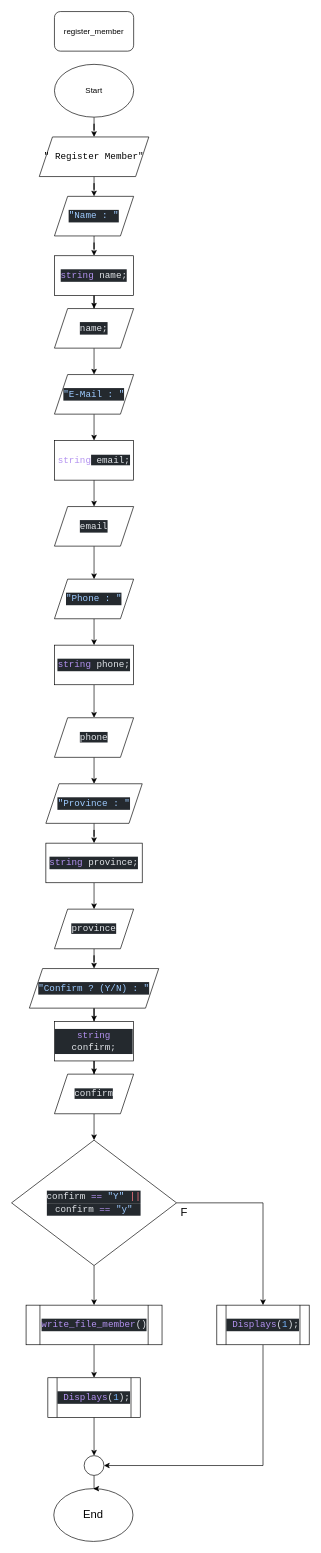
Above: page "register_member" (12 of 13) of AAAA-main().drawio in nattawutroj/KMUTNB_FITM_CPP_MNI_PROJECT (draw.io), before the change. Source tidied: cells renumbered, new cells numbered last; positions are measured from the earlier drawing's top-left corner, leaving out a move shared by most shapes. Both pictures are drawn from the tidied source at 66%, with x=0, y=0 at pixel (11, 11).
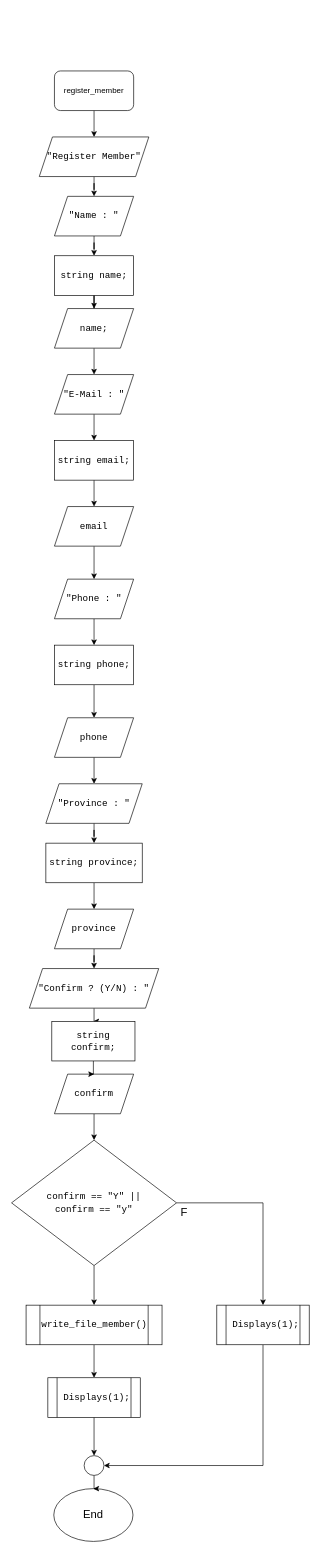
The same diagram, later.

Change to the diagram source:
```diff
@@
-    <mxCell id="2" style="edgeStyle=orthogonalEdgeStyle;rounded=0;jettySize=auto;html=1;fontColor=#000000;" parent="1" edge="1" source="3" target="6">
-      <mxGeometry relative="1" as="geometry" />
-    </mxCell>
-    <mxCell id="3" value="Start" style="ellipse;whiteSpace=wrap;html=1;" parent="1" vertex="1">
-      <mxGeometry x="65" y="80" width="120" height="80" as="geometry" />
-    </mxCell>
+    <mxCell id="50" style="edgeStyle=orthogonalEdgeStyle;rounded=0;jettySize=auto;html=1;fontSize=17;fontColor=#000000;" parent="1" edge="1" source="4" target="6">
+      <mxGeometry relative="1" as="geometry" />
+    </mxCell>
     <mxCell id="4" value="register_member" style="rounded=1;whiteSpace=wrap;html=1;" parent="1" vertex="1">
-      <mxGeometry x="65" width="120" height="60" as="geometry" />
+      <mxGeometry x="65" y="90" width="120" height="60" as="geometry" />
     </mxCell>
@@
-    <mxCell id="6" value="&lt;div style=&quot;line-height: 19px;&quot;&gt;&lt;font style=&quot;&quot; face=&quot;Consolas, Courier New, monospace&quot;&gt;&lt;span style=&quot;font-size: 14px;&quot;&gt;&quot; Register Member&quot;&lt;/span&gt;&lt;/font&gt;&lt;br&gt;&lt;/div&gt;" style="shape=parallelogram;perimeter=parallelogramPerimeter;whiteSpace=wrap;html=1;fixedSize=1;" parent="1" vertex="1">
+    <mxCell id="6" value="&lt;div style=&quot;line-height: 19px;&quot;&gt;&lt;font style=&quot;&quot; face=&quot;Consolas, Courier New, monospace&quot;&gt;&lt;span style=&quot;font-size: 14px;&quot;&gt;&quot;Register Member&quot;&lt;/span&gt;&lt;/font&gt;&lt;br&gt;&lt;/div&gt;" style="shape=parallelogram;perimeter=parallelogramPerimeter;whiteSpace=wrap;html=1;fixedSize=1;" parent="1" vertex="1">
       <mxGeometry x="42" y="190" width="166" height="60" as="geometry" />
     </mxCell>
@@
-    <mxCell id="8" value="&lt;div style=&quot;color: rgb(225, 228, 232); background-color: rgb(36, 41, 46); font-family: Consolas, &amp;quot;Courier New&amp;quot;, monospace; font-size: 14px; line-height: 19px;&quot;&gt;&lt;span style=&quot;color: #9ecbff;&quot;&gt;&quot;Name : &quot;&lt;/span&gt;&lt;/div&gt;" style="shape=parallelogram;perimeter=parallelogramPerimeter;whiteSpace=wrap;html=1;fixedSize=1;labelBackgroundColor=none;fontColor=#000000;" parent="1" vertex="1">
+    <mxCell id="8" value="&lt;div style=&quot;font-family: Consolas, &amp;quot;Courier New&amp;quot;, monospace; font-size: 14px; line-height: 19px;&quot;&gt;&quot;Name : &quot;&lt;/div&gt;" style="shape=parallelogram;perimeter=parallelogramPerimeter;whiteSpace=wrap;html=1;fixedSize=1;labelBackgroundColor=none;fontColor=#000000;" parent="1" vertex="1">
       <mxGeometry x="65" y="280" width="120" height="60" as="geometry" />
     </mxCell>
@@
-    <mxCell id="10" value="&lt;div style=&quot;color: rgb(225, 228, 232); background-color: rgb(36, 41, 46); font-family: Consolas, &amp;quot;Courier New&amp;quot;, monospace; font-size: 14px; line-height: 19px;&quot;&gt;&lt;span style=&quot;color: #b392f0;&quot;&gt;string&lt;/span&gt; name;&lt;/div&gt;" style="rounded=0;whiteSpace=wrap;html=1;labelBackgroundColor=none;fontColor=#000000;" parent="1" vertex="1">
+    <mxCell id="10" value="&lt;div style=&quot;font-family: Consolas, &amp;quot;Courier New&amp;quot;, monospace; font-size: 14px; line-height: 19px;&quot;&gt;string name;&lt;/div&gt;" style="rounded=0;whiteSpace=wrap;html=1;labelBackgroundColor=none;fontColor=#000000;" parent="1" vertex="1">
       <mxGeometry x="65" y="370" width="120" height="60" as="geometry" />
     </mxCell>
@@
-    <mxCell id="12" value="&lt;div style=&quot;color: rgb(225, 228, 232); background-color: rgb(36, 41, 46); font-family: Consolas, &amp;quot;Courier New&amp;quot;, monospace; font-size: 14px; line-height: 19px;&quot;&gt;name;&lt;/div&gt;" style="shape=parallelogram;perimeter=parallelogramPerimeter;whiteSpace=wrap;html=1;fixedSize=1;labelBackgroundColor=none;fontColor=#000000;" parent="1" vertex="1">
+    <mxCell id="12" value="&lt;div style=&quot;font-family: Consolas, &amp;quot;Courier New&amp;quot;, monospace; font-size: 14px; line-height: 19px;&quot;&gt;name;&lt;/div&gt;" style="shape=parallelogram;perimeter=parallelogramPerimeter;whiteSpace=wrap;html=1;fixedSize=1;labelBackgroundColor=none;fontColor=#000000;" parent="1" vertex="1">
       <mxGeometry x="65" y="450" width="120" height="60" as="geometry" />
     </mxCell>
@@
-    <mxCell id="14" value="&lt;div style=&quot;color: rgb(225, 228, 232); background-color: rgb(36, 41, 46); font-family: Consolas, &amp;quot;Courier New&amp;quot;, monospace; font-size: 14px; line-height: 19px;&quot;&gt;&lt;span style=&quot;color: #9ecbff;&quot;&gt;&quot;E-Mail : &quot;&lt;/span&gt;&lt;/div&gt;" style="shape=parallelogram;perimeter=parallelogramPerimeter;whiteSpace=wrap;html=1;fixedSize=1;labelBackgroundColor=none;fontColor=#000000;" parent="1" vertex="1">
+    <mxCell id="14" value="&lt;div style=&quot;font-family: Consolas, &amp;quot;Courier New&amp;quot;, monospace; font-size: 14px; line-height: 19px;&quot;&gt;&quot;E-Mail : &quot;&lt;/div&gt;" style="shape=parallelogram;perimeter=parallelogramPerimeter;whiteSpace=wrap;html=1;fixedSize=1;labelBackgroundColor=none;fontColor=#000000;" parent="1" vertex="1">
       <mxGeometry x="65" y="550" width="120" height="60" as="geometry" />
     </mxCell>
@@
-    <mxCell id="16" value="&lt;div style=&quot;color: rgb(225, 228, 232); background-color: rgb(36, 41, 46); font-family: Consolas, &amp;quot;Courier New&amp;quot;, monospace; font-size: 14px; line-height: 19px;&quot;&gt;&lt;div style=&quot;line-height: 19px;&quot;&gt;&lt;span style=&quot;color: #9ecbff;&quot;&gt;&quot;Phone : &quot;&lt;/span&gt;&lt;/div&gt;&lt;/div&gt;" style="shape=parallelogram;perimeter=parallelogramPerimeter;whiteSpace=wrap;html=1;fixedSize=1;labelBackgroundColor=none;fontColor=#000000;" parent="1" vertex="1">
+    <mxCell id="16" value="&lt;div style=&quot;font-family: Consolas, &amp;quot;Courier New&amp;quot;, monospace; font-size: 14px; line-height: 19px;&quot;&gt;&lt;div style=&quot;line-height: 19px;&quot;&gt;&quot;Phone : &quot;&lt;/div&gt;&lt;/div&gt;" style="shape=parallelogram;perimeter=parallelogramPerimeter;whiteSpace=wrap;html=1;fixedSize=1;labelBackgroundColor=none;fontColor=#000000;" parent="1" vertex="1">
       <mxGeometry x="65" y="860" width="120" height="60" as="geometry" />
     </mxCell>
@@
-    <mxCell id="18" value="&lt;div style=&quot;color: rgb(225, 228, 232); background-color: rgb(36, 41, 46); font-family: Consolas, &amp;quot;Courier New&amp;quot;, monospace; font-size: 14px; line-height: 19px;&quot;&gt;email&lt;/div&gt;" style="shape=parallelogram;perimeter=parallelogramPerimeter;whiteSpace=wrap;html=1;fixedSize=1;labelBackgroundColor=none;fontColor=#000000;" parent="1" vertex="1">
+    <mxCell id="18" value="&lt;div style=&quot;font-family: Consolas, &amp;quot;Courier New&amp;quot;, monospace; font-size: 14px; line-height: 19px;&quot;&gt;email&lt;/div&gt;" style="shape=parallelogram;perimeter=parallelogramPerimeter;whiteSpace=wrap;html=1;fixedSize=1;labelBackgroundColor=none;fontColor=#000000;" parent="1" vertex="1">
       <mxGeometry x="65" y="750" width="120" height="60" as="geometry" />
     </mxCell>
@@
-    <mxCell id="20" value="&lt;span style=&quot;font-family: Consolas, &amp;quot;Courier New&amp;quot;, monospace; font-size: 14px; color: rgb(179, 146, 240);&quot;&gt;string&lt;/span&gt;&lt;span style=&quot;color: rgb(225, 228, 232); font-family: Consolas, &amp;quot;Courier New&amp;quot;, monospace; font-size: 14px; background-color: rgb(36, 41, 46);&quot;&gt;&amp;nbsp;email;&lt;/span&gt;" style="rounded=0;whiteSpace=wrap;html=1;labelBackgroundColor=none;fontColor=#000000;" parent="1" vertex="1">
+    <mxCell id="20" value="&lt;span style=&quot;font-family: Consolas, &amp;quot;Courier New&amp;quot;, monospace; font-size: 14px;&quot;&gt;string&lt;/span&gt;&lt;span style=&quot;font-family: Consolas, &amp;quot;Courier New&amp;quot;, monospace; font-size: 14px;&quot;&gt;&amp;nbsp;email;&lt;/span&gt;" style="rounded=0;whiteSpace=wrap;html=1;labelBackgroundColor=none;fontColor=#000000;" parent="1" vertex="1">
       <mxGeometry x="65" y="650" width="120" height="60" as="geometry" />
     </mxCell>
@@
-    <mxCell id="22" value="&lt;div style=&quot;color: rgb(225, 228, 232); background-color: rgb(36, 41, 46); font-family: Consolas, &amp;quot;Courier New&amp;quot;, monospace; font-size: 14px; line-height: 19px;&quot;&gt;&lt;span style=&quot;color: #b392f0;&quot;&gt;string&lt;/span&gt; phone;&lt;/div&gt;" style="rounded=0;whiteSpace=wrap;html=1;labelBackgroundColor=none;fontColor=#000000;" parent="1" vertex="1">
+    <mxCell id="22" value="&lt;div style=&quot;font-family: Consolas, &amp;quot;Courier New&amp;quot;, monospace; font-size: 14px; line-height: 19px;&quot;&gt;string phone;&lt;/div&gt;" style="rounded=0;whiteSpace=wrap;html=1;labelBackgroundColor=none;fontColor=#000000;" parent="1" vertex="1">
       <mxGeometry x="65" y="960" width="120" height="60" as="geometry" />
     </mxCell>
@@
-    <mxCell id="24" value="&lt;span style=&quot;color: rgb(225, 228, 232); font-family: Consolas, &amp;quot;Courier New&amp;quot;, monospace; font-size: 14px; background-color: rgb(36, 41, 46);&quot;&gt;phone&lt;/span&gt;" style="shape=parallelogram;perimeter=parallelogramPerimeter;whiteSpace=wrap;html=1;fixedSize=1;labelBackgroundColor=none;fontColor=#000000;" parent="1" vertex="1">
+    <mxCell id="24" value="&lt;span style=&quot;font-family: Consolas, &amp;quot;Courier New&amp;quot;, monospace; font-size: 14px;&quot;&gt;phone&lt;/span&gt;" style="shape=parallelogram;perimeter=parallelogramPerimeter;whiteSpace=wrap;html=1;fixedSize=1;labelBackgroundColor=none;fontColor=#000000;" parent="1" vertex="1">
       <mxGeometry x="65" y="1070" width="120" height="60" as="geometry" />
     </mxCell>
@@
-    <mxCell id="26" value="&lt;div style=&quot;color: rgb(225, 228, 232); background-color: rgb(36, 41, 46); font-family: Consolas, &amp;quot;Courier New&amp;quot;, monospace; font-size: 14px; line-height: 19px;&quot;&gt;&lt;span style=&quot;color: #9ecbff;&quot;&gt;&quot;Province : &quot;&lt;/span&gt;&lt;/div&gt;" style="shape=parallelogram;perimeter=parallelogramPerimeter;whiteSpace=wrap;html=1;fixedSize=1;labelBackgroundColor=none;fontColor=#000000;" parent="1" vertex="1">
+    <mxCell id="26" value="&lt;div style=&quot;font-family: Consolas, &amp;quot;Courier New&amp;quot;, monospace; font-size: 14px; line-height: 19px;&quot;&gt;&quot;Province : &quot;&lt;/div&gt;" style="shape=parallelogram;perimeter=parallelogramPerimeter;whiteSpace=wrap;html=1;fixedSize=1;labelBackgroundColor=none;fontColor=#000000;" parent="1" vertex="1">
       <mxGeometry x="52" y="1170" width="146" height="60" as="geometry" />
     </mxCell>
@@
-    <mxCell id="28" value="&lt;div style=&quot;color: rgb(225, 228, 232); background-color: rgb(36, 41, 46); font-family: Consolas, &amp;quot;Courier New&amp;quot;, monospace; font-size: 14px; line-height: 19px;&quot;&gt;&lt;span style=&quot;color: #b392f0;&quot;&gt;string&lt;/span&gt; province;&lt;/div&gt;" style="rounded=0;whiteSpace=wrap;html=1;labelBackgroundColor=none;fontColor=#000000;" parent="1" vertex="1">
+    <mxCell id="28" value="&lt;div style=&quot;font-family: Consolas, &amp;quot;Courier New&amp;quot;, monospace; font-size: 14px; line-height: 19px;&quot;&gt;string province;&lt;/div&gt;" style="rounded=0;whiteSpace=wrap;html=1;labelBackgroundColor=none;fontColor=#000000;" parent="1" vertex="1">
       <mxGeometry x="52" y="1260" width="146" height="60" as="geometry" />
     </mxCell>
@@
-    <mxCell id="30" value="&lt;span style=&quot;color: rgb(225, 228, 232); font-family: Consolas, &amp;quot;Courier New&amp;quot;, monospace; font-size: 14px; background-color: rgb(36, 41, 46);&quot;&gt;province&lt;/span&gt;" style="shape=parallelogram;perimeter=parallelogramPerimeter;whiteSpace=wrap;html=1;fixedSize=1;labelBackgroundColor=none;fontColor=#000000;" parent="1" vertex="1">
+    <mxCell id="30" value="&lt;span style=&quot;font-family: Consolas, &amp;quot;Courier New&amp;quot;, monospace; font-size: 14px; background-color: rgb(255, 255, 255);&quot;&gt;province&lt;/span&gt;" style="shape=parallelogram;perimeter=parallelogramPerimeter;whiteSpace=wrap;html=1;fixedSize=1;labelBackgroundColor=none;fontColor=#000000;" parent="1" vertex="1">
       <mxGeometry x="65" y="1360" width="120" height="60" as="geometry" />
     </mxCell>
@@
-    <mxCell id="32" value="&lt;div style=&quot;color: rgb(225, 228, 232); background-color: rgb(36, 41, 46); font-family: Consolas, &amp;quot;Courier New&amp;quot;, monospace; font-size: 14px; line-height: 19px;&quot;&gt;&lt;span style=&quot;color: #9ecbff;&quot;&gt;&quot;Confirm ? (Y/N) : &quot;&lt;/span&gt;&lt;/div&gt;" style="shape=parallelogram;perimeter=parallelogramPerimeter;whiteSpace=wrap;html=1;fixedSize=1;labelBackgroundColor=none;fontColor=#000000;" parent="1" vertex="1">
+    <mxCell id="32" value="&lt;div style=&quot;font-family: Consolas, &amp;quot;Courier New&amp;quot;, monospace; font-size: 14px; line-height: 19px;&quot;&gt;&quot;Confirm ? (Y/N) : &quot;&lt;/div&gt;" style="shape=parallelogram;perimeter=parallelogramPerimeter;whiteSpace=wrap;html=1;fixedSize=1;labelBackgroundColor=none;fontColor=#000000;" parent="1" vertex="1">
       <mxGeometry x="27" y="1450" width="196" height="60" as="geometry" />
     </mxCell>
@@
-    <mxCell id="34" value="&lt;span style=&quot;color: rgb(225, 228, 232); font-family: Consolas, &amp;quot;Courier New&amp;quot;, monospace; font-size: 14px; background-color: rgb(36, 41, 46);&quot;&gt;confirm&lt;/span&gt;" style="shape=parallelogram;perimeter=parallelogramPerimeter;whiteSpace=wrap;html=1;fixedSize=1;labelBackgroundColor=none;fontColor=#000000;" parent="1" vertex="1">
+    <mxCell id="34" value="&lt;span style=&quot;font-family: Consolas, &amp;quot;Courier New&amp;quot;, monospace; font-size: 14px;&quot;&gt;confirm&lt;/span&gt;" style="shape=parallelogram;perimeter=parallelogramPerimeter;whiteSpace=wrap;html=1;fixedSize=1;labelBackgroundColor=none;fontColor=#000000;" parent="1" vertex="1">
       <mxGeometry x="65" y="1610" width="120" height="60" as="geometry" />
     </mxCell>
@@
-    <mxCell id="36" value="&lt;div style=&quot;color: rgb(225, 228, 232); background-color: rgb(36, 41, 46); font-family: Consolas, &amp;quot;Courier New&amp;quot;, monospace; font-size: 14px; line-height: 19px;&quot;&gt;&lt;span style=&quot;color: #b392f0;&quot;&gt;string&lt;/span&gt; confirm;&lt;/div&gt;" style="rounded=0;whiteSpace=wrap;html=1;labelBackgroundColor=none;fontColor=#000000;" parent="1" vertex="1">
-      <mxGeometry x="65" y="1530" width="120" height="60" as="geometry" />
+    <mxCell id="36" value="&lt;div style=&quot;font-family: Consolas, &amp;quot;Courier New&amp;quot;, monospace; font-size: 14px; line-height: 19px;&quot;&gt;string confirm;&lt;/div&gt;" style="rounded=0;whiteSpace=wrap;html=1;labelBackgroundColor=none;fontColor=#000000;" parent="1" vertex="1">
+      <mxGeometry x="61" y="1530" width="126" height="60" as="geometry" />
     </mxCell>
@@
-    <mxCell id="40" value="&lt;div style=&quot;color: rgb(225, 228, 232); background-color: rgb(36, 41, 46); font-family: Consolas, &amp;quot;Courier New&amp;quot;, monospace; font-size: 14px; line-height: 19px;&quot;&gt;confirm &lt;span style=&quot;color: #b392f0;&quot;&gt;==&lt;/span&gt; &lt;span style=&quot;color: #9ecbff;&quot;&gt;&quot;Y&quot;&lt;/span&gt; &lt;span style=&quot;color: #f97583;&quot;&gt;||&lt;/span&gt;&lt;/div&gt;&lt;div style=&quot;color: rgb(225, 228, 232); background-color: rgb(36, 41, 46); font-family: Consolas, &amp;quot;Courier New&amp;quot;, monospace; font-size: 14px; line-height: 19px;&quot;&gt;confirm &lt;span style=&quot;color: #b392f0;&quot;&gt;==&lt;/span&gt; &lt;span style=&quot;color: #9ecbff;&quot;&gt;&quot;y&quot;&lt;/span&gt;&lt;/div&gt;" style="rhombus;whiteSpace=wrap;html=1;labelBackgroundColor=none;fontColor=#000000;" parent="1" vertex="1">
+    <mxCell id="40" value="&lt;div style=&quot;font-family: Consolas, &amp;quot;Courier New&amp;quot;, monospace; font-size: 14px; line-height: 19px;&quot;&gt;confirm == &quot;Y&quot; ||&lt;/div&gt;&lt;div style=&quot;font-family: Consolas, &amp;quot;Courier New&amp;quot;, monospace; font-size: 14px; line-height: 19px;&quot;&gt;confirm == &quot;y&quot;&lt;/div&gt;" style="rhombus;whiteSpace=wrap;html=1;labelBackgroundColor=none;fontColor=#000000;" parent="1" vertex="1">
       <mxGeometry y="1710" width="250" height="190" as="geometry" />
     </mxCell>
@@
-    <mxCell id="42" value="&lt;div style=&quot;color: rgb(225, 228, 232); background-color: rgb(36, 41, 46); font-family: Consolas, &amp;quot;Courier New&amp;quot;, monospace; font-size: 14px; line-height: 19px;&quot;&gt;&amp;nbsp;&lt;span style=&quot;color: #b392f0;&quot;&gt;Displays&lt;/span&gt;(&lt;span style=&quot;color: #79b8ff;&quot;&gt;1&lt;/span&gt;);&lt;/div&gt;" style="shape=process;whiteSpace=wrap;html=1;backgroundOutline=1;labelBackgroundColor=none;fontColor=#000000;" parent="1" vertex="1">
+    <mxCell id="42" value="&lt;div style=&quot;font-family: Consolas, &amp;quot;Courier New&amp;quot;, monospace; font-size: 14px; line-height: 19px;&quot;&gt;&amp;nbsp;Displays(1);&lt;/div&gt;" style="shape=process;whiteSpace=wrap;html=1;backgroundOutline=1;labelBackgroundColor=none;fontColor=#000000;" parent="1" vertex="1">
       <mxGeometry x="311" y="1960" width="140" height="60" as="geometry" />
     </mxCell>
@@
-    <mxCell id="44" value="&lt;div style=&quot;color: rgb(225, 228, 232); background-color: rgb(36, 41, 46); font-family: Consolas, &amp;quot;Courier New&amp;quot;, monospace; font-size: 14px; line-height: 19px;&quot;&gt;&lt;span style=&quot;color: #b392f0;&quot;&gt;write_file_member&lt;/span&gt;()&lt;/div&gt;" style="shape=process;whiteSpace=wrap;html=1;backgroundOutline=1;labelBackgroundColor=none;fontSize=17;fontColor=#000000;" parent="1" vertex="1">
+    <mxCell id="44" value="&lt;div style=&quot;font-family: Consolas, &amp;quot;Courier New&amp;quot;, monospace; font-size: 14px; line-height: 19px;&quot;&gt;write_file_member()&lt;/div&gt;" style="shape=process;whiteSpace=wrap;html=1;backgroundOutline=1;labelBackgroundColor=none;fontSize=17;fontColor=#000000;" parent="1" vertex="1">
       <mxGeometry x="22" y="1960" width="206" height="60" as="geometry" />
     </mxCell>
@@
-    <mxCell id="49" value="&lt;div style=&quot;color: rgb(225, 228, 232); background-color: rgb(36, 41, 46); font-family: Consolas, &amp;quot;Courier New&amp;quot;, monospace; font-size: 14px; line-height: 19px;&quot;&gt;&amp;nbsp;&lt;span style=&quot;color: #b392f0;&quot;&gt;Displays&lt;/span&gt;(&lt;span style=&quot;color: #79b8ff;&quot;&gt;1&lt;/span&gt;);&lt;/div&gt;" style="shape=process;whiteSpace=wrap;html=1;backgroundOutline=1;labelBackgroundColor=none;fontColor=#000000;" parent="1" vertex="1">
+    <mxCell id="49" value="&lt;div style=&quot;font-family: Consolas, &amp;quot;Courier New&amp;quot;, monospace; font-size: 14px; line-height: 19px;&quot;&gt;&amp;nbsp;Displays(1);&lt;/div&gt;" style="shape=process;whiteSpace=wrap;html=1;backgroundOutline=1;labelBackgroundColor=none;fontColor=#000000;" parent="1" vertex="1">
       <mxGeometry x="55" y="2070" width="140" height="60" as="geometry" />
     </mxCell>
```
